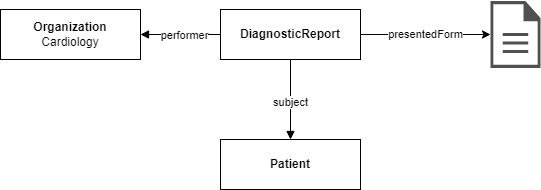
This is Diagrams/LogicalModel-DiagnosticReport-ReportDocument.drawio.png from NHSWalesFHIR/NHSWales-fhir-profiles-R4, a draw.io export, as it was before one commit. Source tidied: cells renumbered, new cells last; positions are measured from the earlier drawing's top-left corner, leaving out a move shared by most shapes.
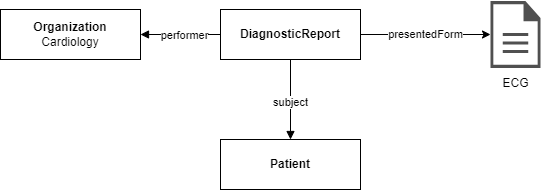
The same diagram one commit later.

What changed in the source:
```diff
@@ -36,5 +36,8 @@
     <mxCell id="11" style="sketch=0;shadow=0;dashed=0;html=1;strokeColor=none;fillColor=#505050;labelPosition=center;verticalLabelPosition=bottom;verticalAlign=top;outlineConnect=0;align=center;shape=mxgraph.office.concepts.document;" parent="1" vertex="1">
       <mxGeometry x="490" y="-0.5" width="50" height="67" as="geometry" />
     </mxCell>
+    <mxCell id="12" value="ECG" style="text;html=1;align=center;verticalAlign=middle;strokeColor=none;fillColor=none;" parent="1" vertex="1">
+      <mxGeometry x="490" y="66.5" width="50" height="30" as="geometry" />
+    </mxCell>
   </root>
 </mxGraphModel>
```
